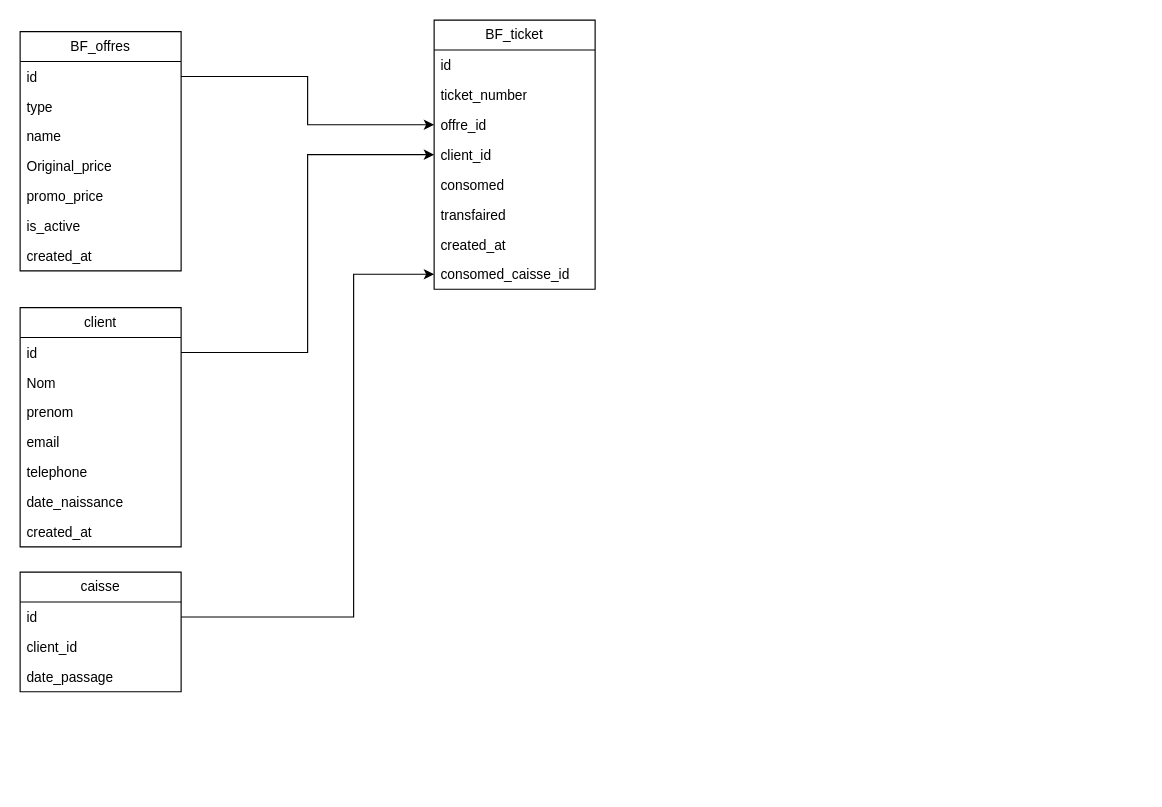
Earlier version of the draw.io diagram Diagramme sans nom.drawio (KhobouzDev/draw.io). Source tidied: cells renumbered, new cells numbered last; positions are measured from the earlier drawing's top-left corner, leaving out a move shared by most shapes. Both pictures are drawn from the tidied source at 115%, with x=0, y=0 at pixel (20, 20).
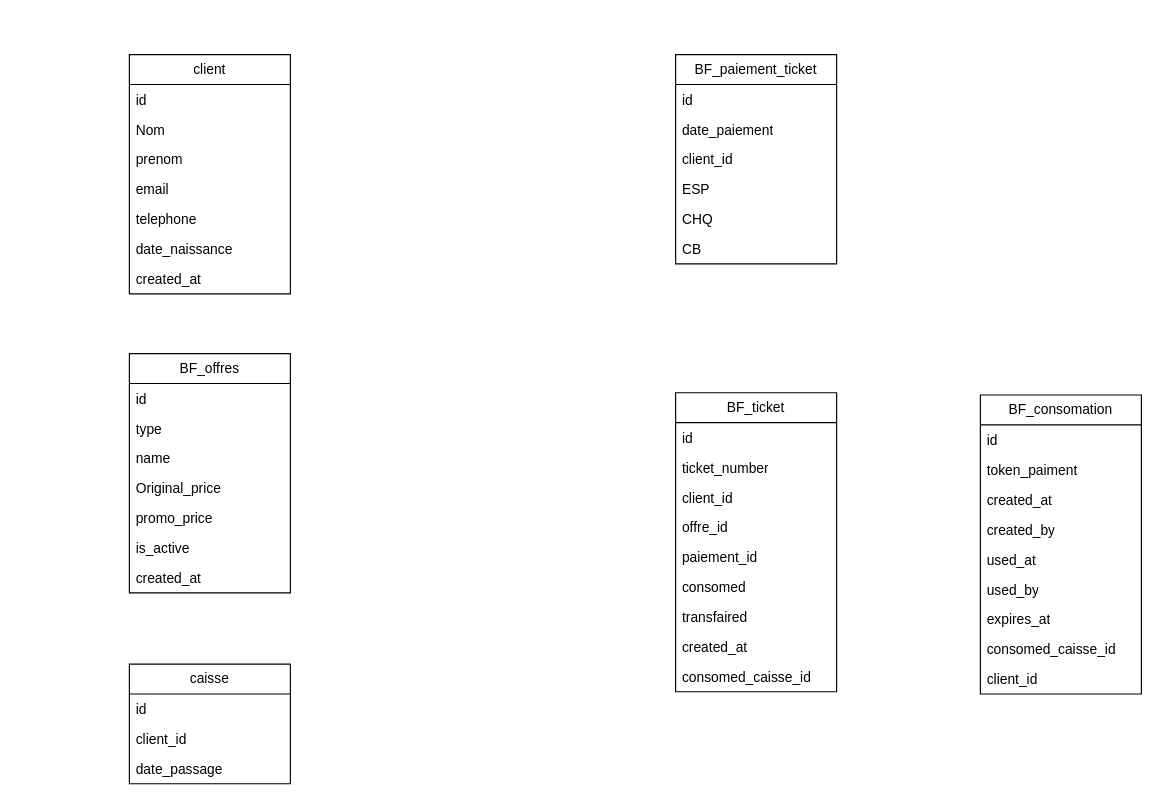
Above is the later version.

Commit message (it also covers changes not shown here):
Mettre à jour Diagramme sans nom.drawio

The change refers to these unchanged cells:
```xml
<mxCell id="3" value="id" style="text;strokeColor=none;fillColor=none;align=left;verticalAlign=top;spacingLeft=4;spacingRight=4;overflow=hidden;points=[[0,0.5],[1,0.5]];portConstraint=eastwest;whiteSpace=wrap;html=1;" parent="2" vertex="1">
  <mxGeometry y="26" width="140" height="26" as="geometry" />
</mxCell>
<mxCell id="21" value="id" style="text;strokeColor=none;fillColor=none;align=left;verticalAlign=top;spacingLeft=4;spacingRight=4;overflow=hidden;points=[[0,0.5],[1,0.5]];portConstraint=eastwest;whiteSpace=wrap;html=1;" parent="20" vertex="1">
  <mxGeometry y="26" width="140" height="26" as="geometry" />
</mxCell>
<mxCell id="30" value="id" style="text;strokeColor=none;fillColor=none;align=left;verticalAlign=top;spacingLeft=4;spacingRight=4;overflow=hidden;points=[[0,0.5],[1,0.5]];portConstraint=eastwest;whiteSpace=wrap;html=1;" parent="29" vertex="1">
  <mxGeometry y="26" width="140" height="26" as="geometry" />
</mxCell>
```

The edit, as a diff of the source:
```diff
@@
     <mxCell id="2" value="BF_offres" style="swimlane;fontStyle=0;horizontal=1;startSize=26;fillColor=none;whiteSpace=wrap;html=1;" parent="1" vertex="1">
-      <mxGeometry y="10" width="140" height="208" as="geometry" />
+      <mxGeometry x="95" y="290" width="140" height="208" as="geometry" />
     </mxCell>
@@
     <mxCell id="10" value="BF_ticket" style="swimlane;fontStyle=0;horizontal=1;startSize=26;fillColor=none;whiteSpace=wrap;html=1;" parent="1" vertex="1">
-      <mxGeometry x="360" width="140" height="234" as="geometry" />
+      <mxGeometry x="570" y="324" width="140" height="260" as="geometry" />
     </mxCell>
@@
+    <mxCell id="14" value="client_id" style="text;strokeColor=none;fillColor=none;align=left;verticalAlign=top;spacingLeft=4;spacingRight=4;overflow=hidden;points=[[0,0.5],[1,0.5]];portConstraint=eastwest;whiteSpace=wrap;html=1;" parent="10" vertex="1">
+      <mxGeometry y="78" width="140" height="26" as="geometry" />
+    </mxCell>
     <mxCell id="13" value="offre_id" style="text;strokeColor=none;fillColor=none;align=left;verticalAlign=top;spacingLeft=4;spacingRight=4;overflow=hidden;points=[[0,0.5],[1,0.5]];portConstraint=eastwest;whiteSpace=wrap;html=1;" parent="10" vertex="1">
-      <mxGeometry y="78" width="140" height="26" as="geometry" />
+      <mxGeometry y="104" width="140" height="26" as="geometry" />
     </mxCell>
-    <mxCell id="14" value="client_id" style="text;strokeColor=none;fillColor=none;align=left;verticalAlign=top;spacingLeft=4;spacingRight=4;overflow=hidden;points=[[0,0.5],[1,0.5]];portConstraint=eastwest;whiteSpace=wrap;html=1;" parent="10" vertex="1">
-      <mxGeometry y="104" width="140" height="26" as="geometry" />
-    </mxCell>
+    <mxCell id="34" value="paiement_id" style="text;strokeColor=none;fillColor=none;align=left;verticalAlign=top;spacingLeft=4;spacingRight=4;overflow=hidden;whiteSpace=wrap;html=1;" parent="10" vertex="1">
+      <mxGeometry y="130" width="140" height="26" as="geometry" />
+    </mxCell>
     <mxCell id="15" value="consomed" style="text;strokeColor=none;fillColor=none;align=left;verticalAlign=top;spacingLeft=4;spacingRight=4;overflow=hidden;whiteSpace=wrap;html=1;" parent="10" vertex="1">
-      <mxGeometry y="130" width="140" height="26" as="geometry" />
+      <mxGeometry y="156" width="140" height="26" as="geometry" />
     </mxCell>
     <mxCell id="16" value="transfaired" style="text;strokeColor=none;fillColor=none;align=left;verticalAlign=top;spacingLeft=4;spacingRight=4;overflow=hidden;whiteSpace=wrap;html=1;" parent="10" vertex="1">
-      <mxGeometry y="156" width="140" height="26" as="geometry" />
+      <mxGeometry y="182" width="140" height="26" as="geometry" />
     </mxCell>
     <mxCell id="17" value="created_at" style="text;strokeColor=none;fillColor=none;align=left;verticalAlign=top;spacingLeft=4;spacingRight=4;overflow=hidden;whiteSpace=wrap;html=1;" parent="10" vertex="1">
-      <mxGeometry y="182" width="140" height="26" as="geometry" />
+      <mxGeometry y="208" width="140" height="26" as="geometry" />
     </mxCell>
     <mxCell id="18" value="consomed_caisse_id" style="text;strokeColor=none;fillColor=none;align=left;verticalAlign=top;spacingLeft=4;spacingRight=4;overflow=hidden;points=[[0,0.5],[1,0.5]];portConstraint=eastwest;whiteSpace=wrap;html=1;" parent="10" vertex="1">
-      <mxGeometry y="208" width="140" height="26" as="geometry" />
+      <mxGeometry y="234" width="140" height="26" as="geometry" />
     </mxCell>
-    <mxCell id="19" style="edgeStyle=orthogonalEdgeStyle;rounded=0;jettySize=auto;html=1;exitX=1;exitY=0.5;exitDx=0;exitDy=0;entryX=0;entryY=0.5;entryDx=0;entryDy=0;" parent="1" edge="1" source="3" target="13">
-      <mxGeometry relative="1" as="geometry" />
-    </mxCell>
     <mxCell id="20" value="client" style="swimlane;fontStyle=0;horizontal=1;startSize=26;fillColor=none;whiteSpace=wrap;html=1;" parent="1" vertex="1">
-      <mxGeometry y="250" width="140" height="208" as="geometry" />
+      <mxGeometry x="95" y="30" width="140" height="208" as="geometry" />
     </mxCell>
@@
-    <mxCell id="28" style="edgeStyle=orthogonalEdgeStyle;rounded=0;jettySize=auto;html=1;exitX=1;exitY=0.5;exitDx=0;exitDy=0;entryX=0;entryY=0.5;entryDx=0;entryDy=0;" parent="1" edge="1" source="21" target="14">
-      <mxGeometry relative="1" as="geometry" />
-    </mxCell>
     <mxCell id="29" value="caisse" style="swimlane;fontStyle=0;horizontal=1;startSize=26;fillColor=none;whiteSpace=wrap;html=1;" parent="1" vertex="1">
-      <mxGeometry y="480" width="140" height="104" as="geometry" />
+      <mxGeometry x="95" y="560" width="140" height="104" as="geometry" />
     </mxCell>
@@
-    <mxCell id="33" style="edgeStyle=orthogonalEdgeStyle;rounded=0;jettySize=auto;html=1;exitX=1;exitY=0.5;exitDx=0;exitDy=0;entryX=0;entryY=0.5;entryDx=0;entryDy=0;" parent="1" edge="1" source="30" target="18">
-      <mxGeometry relative="1" as="geometry">
-        <Array as="points">
-          <mxPoint x="290" y="519" />
-          <mxPoint x="290" y="221" />
-        </Array>
-      </mxGeometry>
-    </mxCell>
+    <mxCell id="35" value="BF_paiement_ticket" style="swimlane;fontStyle=0;horizontal=1;startSize=26;fillColor=none;whiteSpace=wrap;html=1;" parent="1" vertex="1">
+      <mxGeometry x="570" y="30" width="140" height="182" as="geometry" />
+    </mxCell>
+    <mxCell id="36" value="id" style="text;strokeColor=none;fillColor=none;align=left;verticalAlign=top;spacingLeft=4;spacingRight=4;overflow=hidden;whiteSpace=wrap;html=1;" parent="35" vertex="1">
+      <mxGeometry y="26" width="140" height="26" as="geometry" />
+    </mxCell>
+    <mxCell id="37" value="date_paiement" style="text;strokeColor=none;fillColor=none;align=left;verticalAlign=top;spacingLeft=4;spacingRight=4;overflow=hidden;whiteSpace=wrap;html=1;" parent="35" vertex="1">
+      <mxGeometry y="52" width="140" height="26" as="geometry" />
+    </mxCell>
+    <mxCell id="38" value="client_id" style="text;strokeColor=none;fillColor=none;align=left;verticalAlign=top;spacingLeft=4;spacingRight=4;overflow=hidden;whiteSpace=wrap;html=1;" parent="35" vertex="1">
+      <mxGeometry y="78" width="140" height="26" as="geometry" />
+    </mxCell>
+    <mxCell id="39" value="ESP" style="text;strokeColor=none;fillColor=none;align=left;verticalAlign=top;spacingLeft=4;spacingRight=4;overflow=hidden;whiteSpace=wrap;html=1;" parent="35" vertex="1">
+      <mxGeometry y="104" width="140" height="26" as="geometry" />
+    </mxCell>
+    <mxCell id="40" value="CHQ" style="text;strokeColor=none;fillColor=none;align=left;verticalAlign=top;spacingLeft=4;spacingRight=4;overflow=hidden;whiteSpace=wrap;html=1;" parent="35" vertex="1">
+      <mxGeometry y="130" width="140" height="26" as="geometry" />
+    </mxCell>
+    <mxCell id="41" value="CB" style="text;strokeColor=none;fillColor=none;align=left;verticalAlign=top;spacingLeft=4;spacingRight=4;overflow=hidden;whiteSpace=wrap;html=1;" parent="35" vertex="1">
+      <mxGeometry y="156" width="140" height="26" as="geometry" />
+    </mxCell>
+    <mxCell id="42" value="BF_consomation" style="swimlane;fontStyle=0;horizontal=1;startSize=26;fillColor=none;whiteSpace=wrap;html=1;" parent="1" vertex="1">
+      <mxGeometry x="835" y="326" width="140" height="260" as="geometry" />
+    </mxCell>
+    <mxCell id="43" value="id" style="text;strokeColor=none;fillColor=none;align=left;verticalAlign=top;spacingLeft=4;spacingRight=4;overflow=hidden;whiteSpace=wrap;html=1;" parent="42" vertex="1">
+      <mxGeometry y="26" width="140" height="26" as="geometry" />
+    </mxCell>
+    <mxCell id="44" value="token_paiment" style="text;strokeColor=none;fillColor=none;align=left;verticalAlign=top;spacingLeft=4;spacingRight=4;overflow=hidden;whiteSpace=wrap;html=1;" parent="42" vertex="1">
+      <mxGeometry y="52" width="140" height="26" as="geometry" />
+    </mxCell>
+    <mxCell id="45" value="created_at" style="text;strokeColor=none;fillColor=none;align=left;verticalAlign=top;spacingLeft=4;spacingRight=4;overflow=hidden;whiteSpace=wrap;html=1;" parent="42" vertex="1">
+      <mxGeometry y="78" width="140" height="26" as="geometry" />
+    </mxCell>
+    <mxCell id="46" value="created_by" style="text;strokeColor=none;fillColor=none;align=left;verticalAlign=top;spacingLeft=4;spacingRight=4;overflow=hidden;whiteSpace=wrap;html=1;" parent="42" vertex="1">
+      <mxGeometry y="104" width="140" height="26" as="geometry" />
+    </mxCell>
+    <mxCell id="47" value="used_at" style="text;strokeColor=none;fillColor=none;align=left;verticalAlign=top;spacingLeft=4;spacingRight=4;overflow=hidden;whiteSpace=wrap;html=1;" parent="42" vertex="1">
+      <mxGeometry y="130" width="140" height="26" as="geometry" />
+    </mxCell>
+    <mxCell id="48" value="used_by" style="text;strokeColor=none;fillColor=none;align=left;verticalAlign=top;spacingLeft=4;spacingRight=4;overflow=hidden;whiteSpace=wrap;html=1;" parent="42" vertex="1">
+      <mxGeometry y="156" width="140" height="26" as="geometry" />
+    </mxCell>
+    <mxCell id="49" value="expires_at " style="text;strokeColor=none;fillColor=none;align=left;verticalAlign=top;spacingLeft=4;spacingRight=4;overflow=hidden;whiteSpace=wrap;html=1;" parent="42" vertex="1">
+      <mxGeometry y="182" width="140" height="26" as="geometry" />
+    </mxCell>
+    <mxCell id="50" value="consomed_caisse_id" style="text;strokeColor=none;fillColor=none;align=left;verticalAlign=top;spacingLeft=4;spacingRight=4;overflow=hidden;whiteSpace=wrap;html=1;" parent="42" vertex="1">
+      <mxGeometry y="208" width="140" height="26" as="geometry" />
+    </mxCell>
+    <mxCell id="51" value="client_id" style="text;strokeColor=none;fillColor=none;align=left;verticalAlign=top;spacingLeft=4;spacingRight=4;overflow=hidden;whiteSpace=wrap;html=1;" parent="42" vertex="1">
+      <mxGeometry y="234" width="140" height="26" as="geometry" />
+    </mxCell>
```
